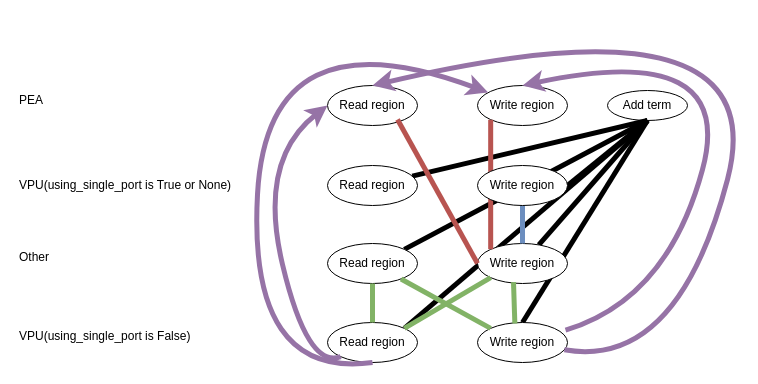
The draw.io diagram region_dep.drawio in islwx/Note, before the edit. Source tidied: cells renumbered, new cells numbered last; positions are measured from the earlier drawing's top-left corner, leaving out a move shared by most shapes. Both pictures are drawn from the tidied source at 100%, with x=0, y=0 at pixel (17, -11).
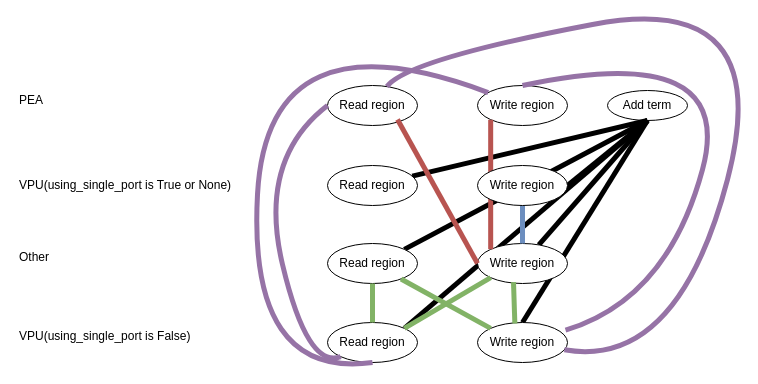
The same page after the edit.

Unchanged cells that the change refers to:
```xml
<mxCell id="6" value="Read region" style="ellipse;whiteSpace=wrap;html=1;" parent="1" vertex="1">
  <mxGeometry x="310" y="96" width="90" height="40" as="geometry" />
</mxCell>
<mxCell id="7" value="Write region" style="ellipse;whiteSpace=wrap;html=1;" parent="1" vertex="1">
  <mxGeometry x="460" y="96" width="90" height="40" as="geometry" />
</mxCell>
<mxCell id="18" value="Read region" style="ellipse;whiteSpace=wrap;html=1;" parent="1" vertex="1">
  <mxGeometry x="310" y="333" width="90" height="40" as="geometry" />
</mxCell>
<mxCell id="19" value="Write region" style="ellipse;whiteSpace=wrap;html=1;" parent="1" vertex="1">
  <mxGeometry x="460" y="333" width="90" height="40" as="geometry" />
</mxCell>
```

Diff of the diagram source:
```diff
@@
-    <mxCell id="27" style="curved=1;endArrow=classic;html=1;rounded=0;strokeWidth=5;entryX=0;entryY=0.5;entryDx=0;entryDy=0;exitX=0;exitY=1;exitDx=0;exitDy=0;fillColor=#e1d5e7;strokeColor=#9673a6;" parent="1" edge="1" source="18" target="6">
+    <mxCell id="27" style="curved=1;endArrow=none;html=1;rounded=0;strokeWidth=5;entryX=0;entryY=0.5;entryDx=0;entryDy=0;exitX=0;exitY=1;exitDx=0;exitDy=0;fillColor=#e1d5e7;strokeColor=#9673a6;endFill=0;" parent="1" edge="1" source="18" target="6">
       <mxGeometry relative="1" as="geometry">
         <Array as="points">
           <mxPoint x="290" y="380" />
           <mxPoint x="240" y="170" />
         </Array>
       </mxGeometry>
     </mxCell>
-    <mxCell id="28" style="curved=1;endArrow=classic;html=1;rounded=0;strokeWidth=5;exitX=0.5;exitY=1;exitDx=0;exitDy=0;fillColor=#e1d5e7;strokeColor=#9673a6;" parent="1" edge="1" source="18" target="7">
+    <mxCell id="28" style="curved=1;endArrow=none;html=1;rounded=0;strokeWidth=5;exitX=0.5;exitY=1;exitDx=0;exitDy=0;fillColor=#e1d5e7;strokeColor=#9673a6;endFill=0;" parent="1" edge="1" source="18" target="7">
       <mxGeometry relative="1" as="geometry">
         <Array as="points">
           <mxPoint x="230" y="390" />
           <mxPoint x="250" y="20" />
         </Array>
       </mxGeometry>
     </mxCell>
-    <mxCell id="29" style="curved=1;endArrow=classic;html=1;rounded=0;strokeWidth=5;exitX=0.978;exitY=0.192;exitDx=0;exitDy=0;exitPerimeter=0;entryX=0.5;entryY=0;entryDx=0;entryDy=0;fillColor=#e1d5e7;strokeColor=#9673a6;" parent="1" edge="1" source="19" target="7">
+    <mxCell id="29" style="curved=1;endArrow=none;html=1;rounded=0;strokeWidth=5;exitX=0.978;exitY=0.192;exitDx=0;exitDy=0;exitPerimeter=0;entryX=0.5;entryY=0;entryDx=0;entryDy=0;fillColor=#e1d5e7;strokeColor=#9673a6;endFill=0;" parent="1" edge="1" source="19" target="7">
       <mxGeometry relative="1" as="geometry">
         <Array as="points">
           <mxPoint x="650" y="310" />
           <mxPoint x="720" y="50" />
         </Array>
       </mxGeometry>
     </mxCell>
-    <mxCell id="30" style="curved=1;endArrow=classic;html=1;rounded=0;strokeWidth=5;entryX=0.5;entryY=0;entryDx=0;entryDy=0;fillColor=#e1d5e7;strokeColor=#9673a6;" parent="1" edge="1" source="19" target="6">
+    <mxCell id="30" style="curved=1;endArrow=none;html=1;rounded=0;strokeWidth=5;fillColor=#e1d5e7;strokeColor=#9673a6;endFill=0;" parent="1" edge="1" source="19" target="6">
       <mxGeometry relative="1" as="geometry">
         <Array as="points">
           <mxPoint x="660" y="380" />
           <mxPoint x="760" />
+          <mxPoint x="390" y="70" />
         </Array>
       </mxGeometry>
     </mxCell>
```
